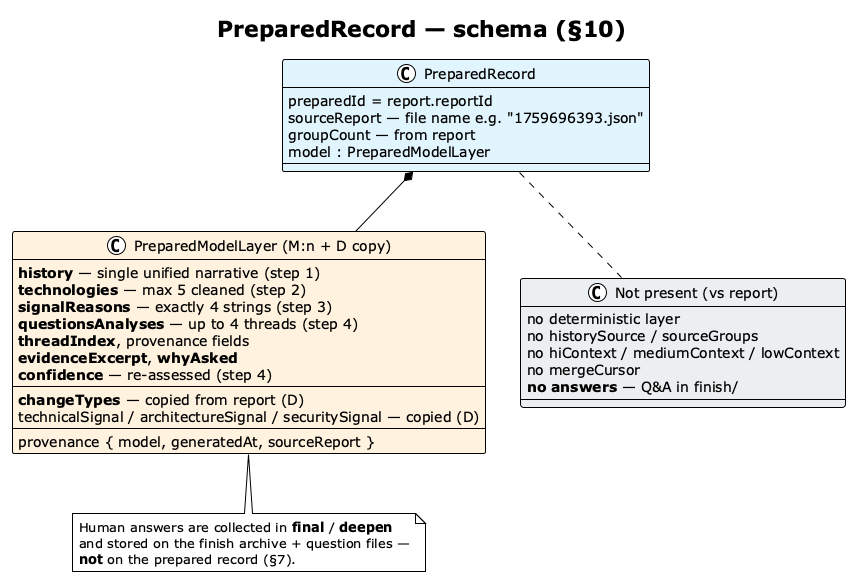
This is img/prepare-record.png from vzakharchenko/dev-workgraph, a PlantUML export, as it was before one commit.
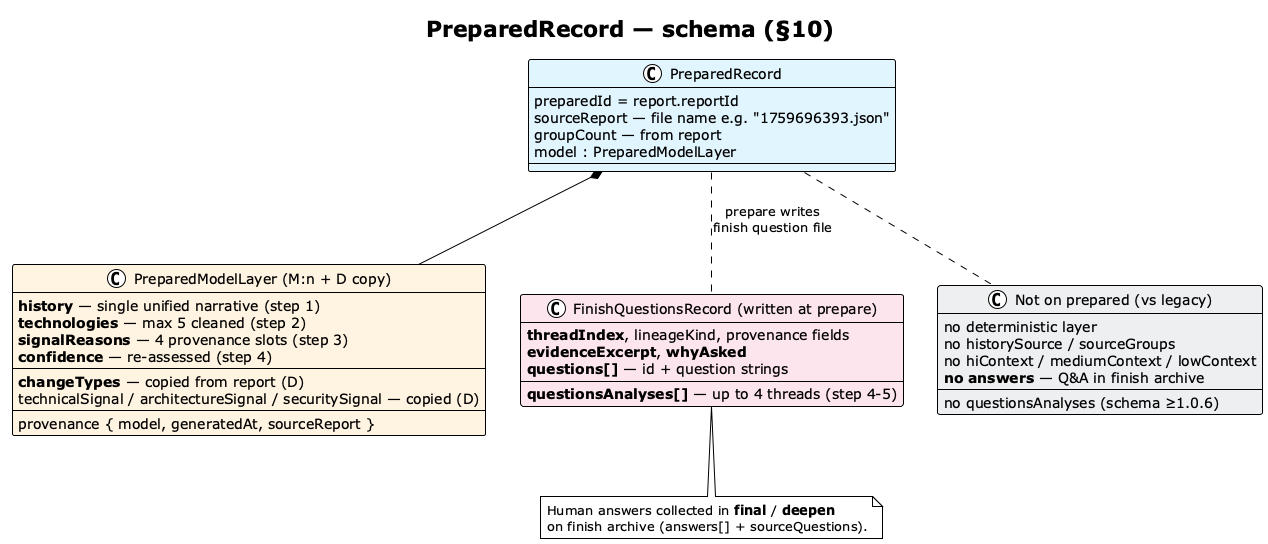
After the commit.

What changed in the source:
```diff
@@ -15,10 +15,7 @@
 class "PreparedModelLayer (M:n + D copy)" as MOD #FFF3E0 {
   **history** — single unified narrative (step 1)
   **technologies** — max 5 cleaned (step 2)
-  **signalReasons** — exactly 4 strings (step 3)
-  **questionsAnalyses** — up to 4 threads (step 4)
-  **threadIndex**, provenance fields
-  **evidenceExcerpt**, **whyAsked**
+  **signalReasons** — 4 provenance slots (step 3)
   **confidence** — re-assessed (step 4)
   --
   **changeTypes** — copied from report (D)
@@ -27,21 +24,28 @@
   provenance { model, generatedAt, sourceReport }
 }
 
-class "Not present (vs report)" as ABS #ECEFF1 {
+class "FinishQuestionsRecord (written at prepare)" as FQR #FCE4EC {
+  **questionsAnalyses[]** — up to 4 threads (step 4-5)
+  **threadIndex**, lineageKind, provenance fields
+  **evidenceExcerpt**, **whyAsked**
+  **questions[]** — id + question strings
+}
+
+class "Not on prepared (vs legacy)" as ABS #ECEFF1 {
+  no questionsAnalyses (schema ≥1.0.6)
   no deterministic layer
   no historySource / sourceGroups
   no hiContext / mediumContext / lowContext
-  no mergeCursor
-  **no answers** — Q&A in finish/
+  **no answers** — Q&A in finish archive
 }
 
 PR *-- MOD
+PR .. FQR : prepare writes\nfinish question file
 PR .. ABS
 
-note bottom of MOD
-  Human answers are collected in **final** / **deepen**
-  and stored on the finish archive + question files —
-  **not** on the prepared record (§7).
+note bottom of FQR
+  Human answers collected in **final** / **deepen**
+  on finish archive (answers[] + sourceQuestions).
 end note
 
 @enduml
```
